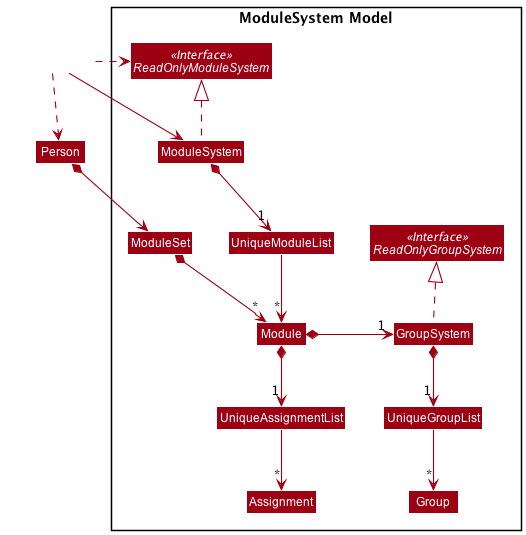
Earlier version of the PlantUML export docs/images/ModuleSystemModelClassDiagram.png (nus-cs2103-AY2122S1/tp).
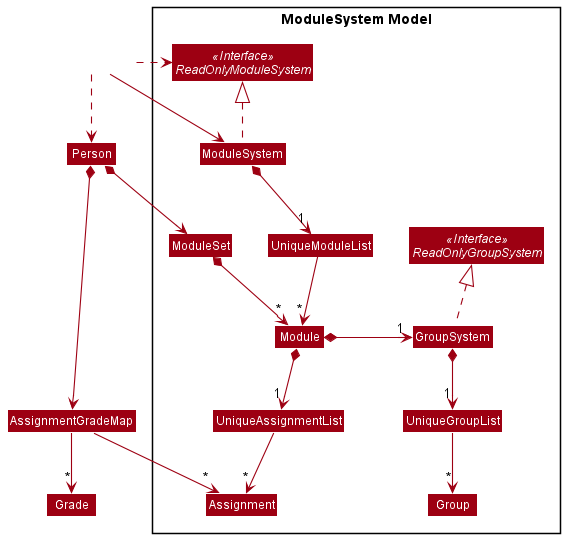
The same diagram one commit later.

Commit message:
Update Model UML diagram with AssignmentGradeMap

Diff of the diagram source:
```diff
@@ -25,6 +25,9 @@
 HiddenOutside --> ModuleSystem
 HiddenOutside .> Person
 Person *--> ModuleSet
+Person *--> AssignmentGradeMap
+AssignmentGradeMap --> "*" Assignment
+AssignmentGradeMap --> "*" Grade
 
 ModuleSystem .up.|> ReadOnlyModuleSystem
 ModuleSystem *--> "1" UniqueModuleList
```
